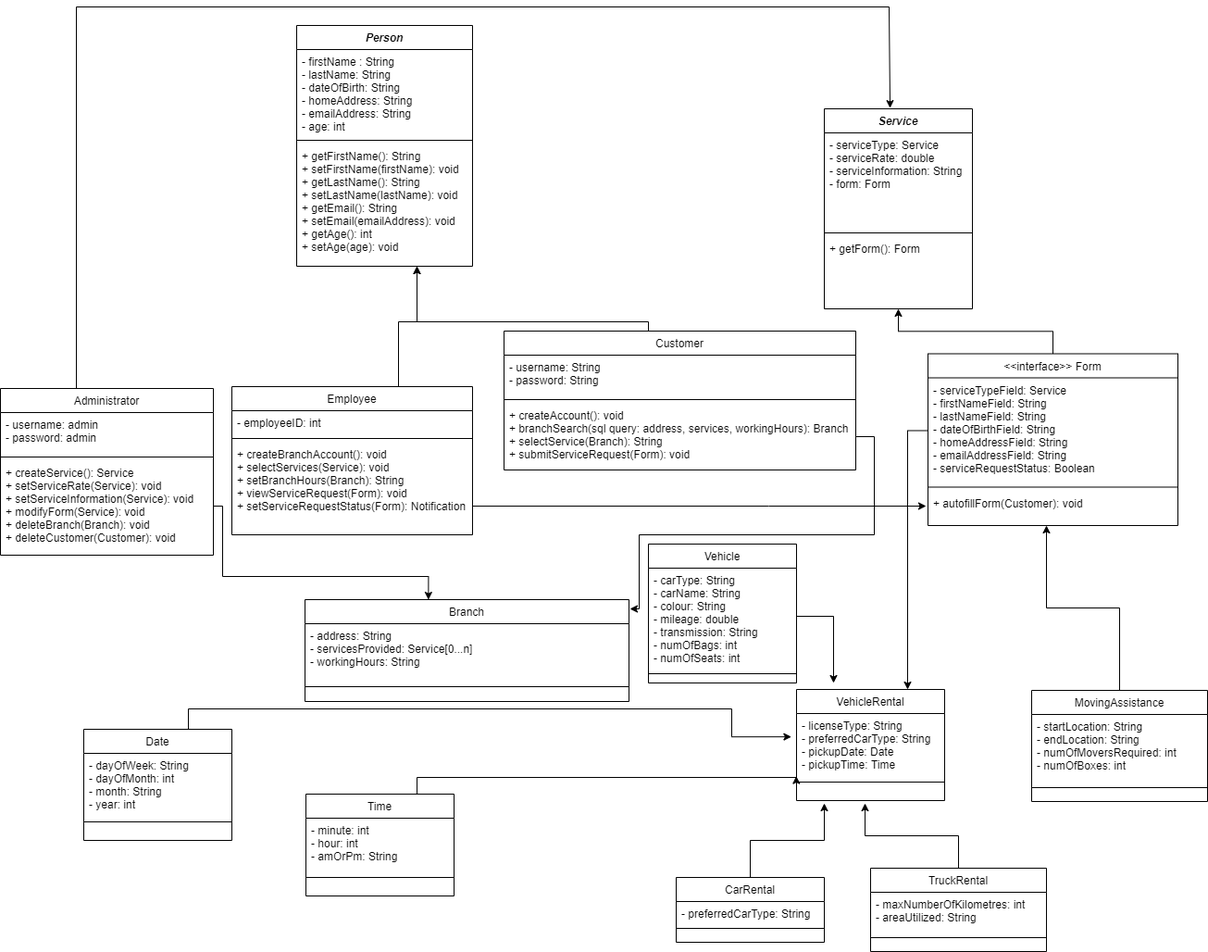
This is UML Diagram.png from SEG2105-uottawa/GR_19, a draw.io export, as it was before one commit. Source tidied: cells renumbered, new cells last; positions are measured from the earlier drawing's top-left corner, leaving out a move shared by most shapes.
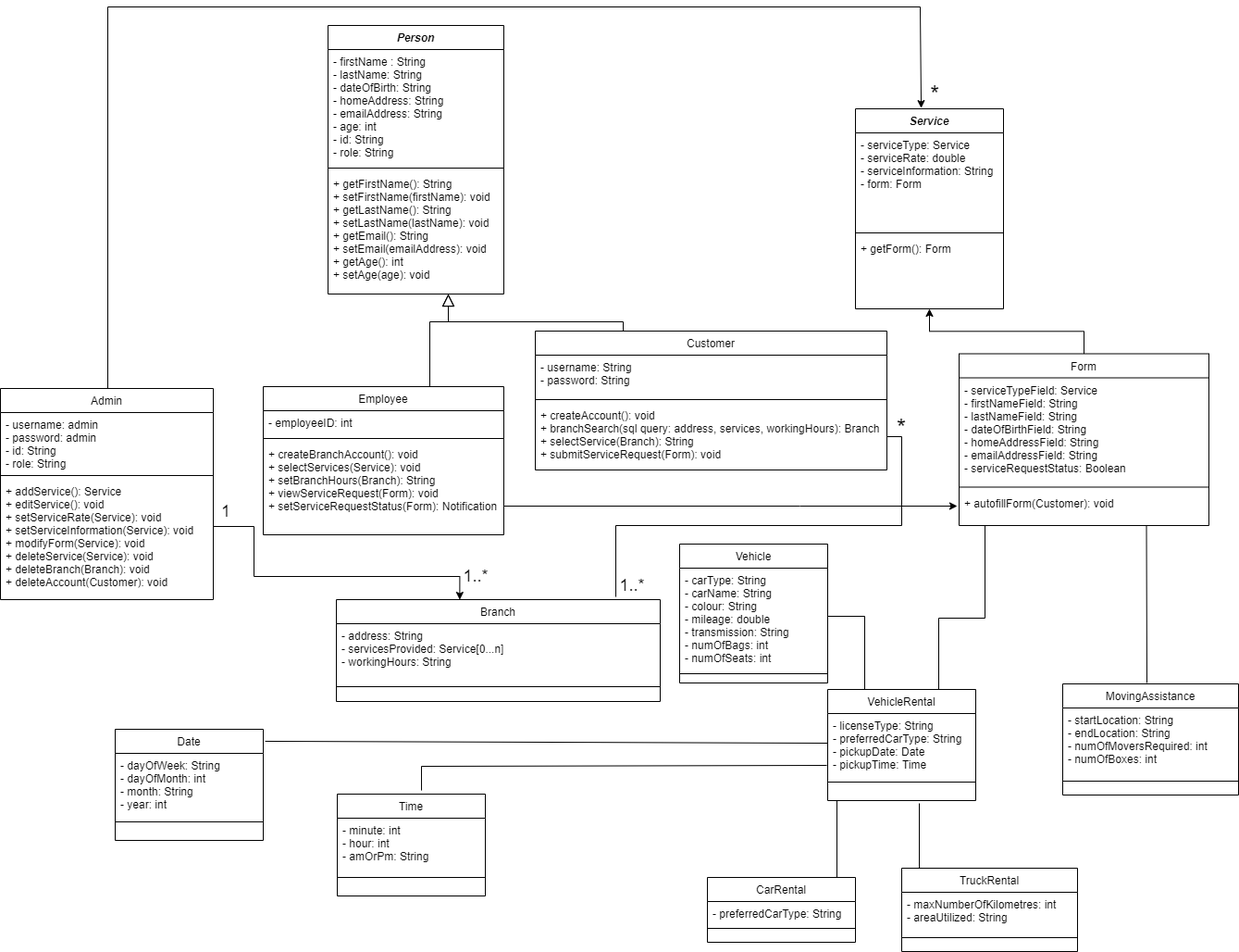
Above is the later version.

Commit message:
Updated UML Diagram

Change to the diagram source:
```diff
@@ -5,12 +5,12 @@
     <mxCell id="2" value="Person" style="swimlane;fontStyle=3;align=center;verticalAlign=top;horizontal=1;startSize=26;rounded=0;shadow=0;strokeWidth=1;" parent="1" vertex="1">
-      <mxGeometry x="320" y="20" width="190" height="260" as="geometry" />
+      <mxGeometry x="320" y="20" width="190" height="290" as="geometry" />
     </mxCell>
-    <mxCell id="3" value="- firstName : String&#10;- lastName: String&#10;- dateOfBirth: String&#10;- homeAddress: String&#10;- emailAddress: String&#10;- age: int" style="text;align=left;verticalAlign=top;spacingLeft=4;spacingRight=4;overflow=hidden;" parent="2" vertex="1">
-      <mxGeometry y="26" width="190" height="94" as="geometry" />
+    <mxCell id="3" value="- firstName : String&#10;- lastName: String&#10;- dateOfBirth: String&#10;- homeAddress: String&#10;- emailAddress: String&#10;- age: int&#10;- id: String&#10;- role: String" style="text;align=left;verticalAlign=top;spacingLeft=4;spacingRight=4;overflow=hidden;fontColor=default;" parent="2" vertex="1">
+      <mxGeometry y="26" width="190" height="124" as="geometry" />
     </mxCell>
     <mxCell id="4" style="line;html=1;strokeWidth=1;align=left;verticalAlign=middle;spacingTop=-1;spacingLeft=3;spacingRight=3;labelPosition=right;" parent="2" vertex="1">
-      <mxGeometry y="120" width="190" height="8" as="geometry" />
+      <mxGeometry y="150" width="190" height="8" as="geometry" />
     </mxCell>
-    <mxCell id="5" value="+ getFirstName(): String&#10;+ setFirstName(firstName): void&#10;+ getLastName(): String&#10;+ setLastName(lastName): void&#10;+ getEmail(): String&#10;+ setEmail(emailAddress): void&#10;+ getAge(): int&#10;+ setAge(age): void&#10;" style="text;align=left;verticalAlign=top;spacingLeft=4;spacingRight=4;overflow=hidden;points=[[0,0.5],[1,0.5]];portConstraint=eastwest;" parent="2" vertex="1">
-      <mxGeometry y="128" width="190" height="132" as="geometry" />
+    <mxCell id="5" value="+ getFirstName(): String&#10;+ setFirstName(firstName): void&#10;+ getLastName(): String&#10;+ setLastName(lastName): void&#10;+ getEmail(): String&#10;+ setEmail(emailAddress): void&#10;+ getAge(): int&#10;+ setAge(age): void&#10;" style="text;align=left;verticalAlign=top;spacingLeft=4;spacingRight=4;overflow=hidden;points=[[0,0.5],[1,0.5]];portConstraint=eastwest;fontColor=default;" parent="2" vertex="1">
+      <mxGeometry y="158" width="190" height="132" as="geometry" />
     </mxCell>
@@ -25,13 +25,13 @@
     </mxCell>
-    <mxCell id="7" value="Administrator" style="swimlane;fontStyle=0;align=center;verticalAlign=top;horizontal=1;startSize=26;rounded=0;shadow=0;strokeWidth=1;" parent="1" vertex="1">
-      <mxGeometry y="412" width="230" height="180" as="geometry" />
+    <mxCell id="7" value="Admin" style="swimlane;fontStyle=0;align=center;verticalAlign=top;horizontal=1;startSize=26;rounded=0;shadow=0;strokeWidth=1;fontColor=default;fillColor=default;strokeColor=default;" parent="1" vertex="1">
+      <mxGeometry x="-34" y="412" width="230" height="228" as="geometry" />
     </mxCell>
-    <mxCell id="8" value="- username: admin&#10;- password: admin" style="text;align=left;verticalAlign=top;spacingLeft=4;spacingRight=4;overflow=hidden;" parent="7" vertex="1">
-      <mxGeometry y="26" width="230" height="44" as="geometry" />
+    <mxCell id="8" value="- username: admin&#10;- password: admin&#10;- id: String&#10;- role: String" style="text;align=left;verticalAlign=top;spacingLeft=4;spacingRight=4;overflow=hidden;fontColor=default;" parent="7" vertex="1">
+      <mxGeometry y="26" width="230" height="64" as="geometry" />
     </mxCell>
-    <mxCell id="9" style="line;html=1;strokeWidth=1;align=left;verticalAlign=middle;spacingTop=-1;spacingLeft=3;spacingRight=3;labelPosition=right;" parent="7" vertex="1">
-      <mxGeometry y="70" width="230" height="8" as="geometry" />
+    <mxCell id="9" style="line;html=1;strokeWidth=1;align=left;verticalAlign=middle;spacingTop=-1;spacingLeft=3;spacingRight=3;labelPosition=right;fillColor=default;strokeColor=default;fontColor=default;" parent="7" vertex="1">
+      <mxGeometry y="90" width="230" height="8" as="geometry" />
     </mxCell>
-    <mxCell id="10" value="+ createService(): Service&#10;+ setServiceRate(Service): void&#10;+ setServiceInformation(Service): void&#10;+ modifyForm(Service): void&#10;+ deleteBranch(Branch): void&#10;+ deleteCustomer(Customer): void" style="text;align=left;verticalAlign=top;spacingLeft=4;spacingRight=4;overflow=hidden;points=[[0,0.5],[1,0.5]];portConstraint=eastwest;fontStyle=0;" parent="7" vertex="1">
-      <mxGeometry y="78" width="230" height="102" as="geometry" />
+    <mxCell id="10" value="+ addService(): Service&#10;+ editService(): void&#10;+ setServiceRate(Service): void&#10;+ setServiceInformation(Service): void&#10;+ modifyForm(Service): void&#10;+ deleteService(Service): void&#10;+ deleteBranch(Branch): void&#10;+ deleteAccount(Customer): void" style="text;align=left;verticalAlign=top;spacingLeft=4;spacingRight=4;overflow=hidden;points=[[0,0.5],[1,0.5]];portConstraint=eastwest;fontStyle=0;fontColor=default;" parent="7" vertex="1">
+      <mxGeometry y="98" width="230" height="112" as="geometry" />
     </mxCell>
@@ -49,6 +49,7 @@
     </mxCell>
-    <mxCell id="15" style="edgeStyle=orthogonalEdgeStyle;rounded=0;jettySize=auto;html=1;exitX=0.75;exitY=0;exitDx=0;exitDy=0;strokeColor=#000000;" parent="1" edge="1" source="16">
+    <mxCell id="15" style="edgeStyle=orthogonalEdgeStyle;rounded=0;jettySize=auto;html=1;exitX=0.75;exitY=0;exitDx=0;exitDy=0;strokeColor=#000000;labelBackgroundColor=default;fontColor=default;endArrow=block;endFill=0;strokeWidth=1;endSize=11;" parent="1" edge="1" source="16">
       <mxGeometry relative="1" as="geometry">
-        <mxPoint x="450" y="280" as="targetPoint" />
+        <mxPoint x="450" y="310" as="targetPoint" />
         <Array as="points">
+          <mxPoint x="430" y="410" />
           <mxPoint x="430" y="340" />
@@ -70,10 +71,11 @@
     </mxCell>
-    <mxCell id="20" style="edgeStyle=orthogonalEdgeStyle;rounded=0;jettySize=auto;html=1;exitX=0.5;exitY=0;exitDx=0;exitDy=0;entryX=0.684;entryY=1;entryDx=0;entryDy=0;entryPerimeter=0;" parent="1" edge="1" source="21" target="5">
-      <mxGeometry relative="1" as="geometry">
-        <Array as="points">
-          <mxPoint x="700" y="340" />
-          <mxPoint x="450" y="340" />
-        </Array>
-      </mxGeometry>
-    </mxCell>
+    <mxCell id="64" style="edgeStyle=orthogonalEdgeStyle;rounded=0;jettySize=auto;html=1;exitX=0.25;exitY=0;exitDx=0;exitDy=0;labelBackgroundColor=default;fontColor=default;endArrow=block;endFill=0;endSize=11;strokeColor=default;strokeWidth=1;" parent="1" edge="1" source="21">
+      <mxGeometry relative="1" as="geometry">
+        <mxPoint x="450" y="310" as="targetPoint" />
+        <Array as="points">
+          <mxPoint x="639" y="340" />
+          <mxPoint x="450" y="340" />
+        </Array>
+      </mxGeometry>
+    </mxCell>
     <mxCell id="21" value="Customer" style="swimlane;fontStyle=0;align=center;verticalAlign=top;horizontal=1;startSize=26;rounded=0;shadow=0;strokeWidth=1;" parent="1" vertex="1">
@@ -93,3 +95,3 @@
     </mxCell>
-    <mxCell id="26" value="&lt;&lt;interface&gt;&gt; Form" style="swimlane;fontStyle=0;align=center;verticalAlign=top;horizontal=1;startSize=26;rounded=0;shadow=0;strokeWidth=1;" parent="1" vertex="1">
+    <mxCell id="26" value="Form" style="swimlane;fontStyle=0;align=center;verticalAlign=top;horizontal=1;startSize=26;rounded=0;shadow=0;strokeWidth=1;fontColor=default;" parent="1" vertex="1">
       <mxGeometry x="1002" y="374.5" width="270" height="185.5" as="geometry" />
@@ -105,7 +107,2 @@
     </mxCell>
-    <mxCell id="30" style="edgeStyle=orthogonalEdgeStyle;rounded=0;jettySize=auto;html=1;exitX=0.5;exitY=0;exitDx=0;exitDy=0;strokeColor=#000000;" parent="1" edge="1" source="31">
-      <mxGeometry relative="1" as="geometry">
-        <mxPoint x="890" y="860" as="targetPoint" />
-      </mxGeometry>
-    </mxCell>
     <mxCell id="31" value="CarRental" style="swimlane;fontStyle=0;align=center;verticalAlign=top;horizontal=1;startSize=26;rounded=0;shadow=0;strokeWidth=1;" parent="1" vertex="1">
@@ -119,7 +116,2 @@
     </mxCell>
-    <mxCell id="34" style="edgeStyle=orthogonalEdgeStyle;rounded=0;jettySize=auto;html=1;exitX=0.5;exitY=0;exitDx=0;exitDy=0;strokeColor=#000000;" parent="1" edge="1" source="35">
-      <mxGeometry relative="1" as="geometry">
-        <mxPoint x="934" y="860" as="targetPoint" />
-      </mxGeometry>
-    </mxCell>
     <mxCell id="35" value="TruckRental" style="swimlane;fontStyle=0;align=center;verticalAlign=top;horizontal=1;startSize=26;rounded=0;shadow=0;strokeWidth=1;" parent="1" vertex="1">
@@ -142,9 +134,4 @@
     </mxCell>
-    <mxCell id="41" style="edgeStyle=orthogonalEdgeStyle;rounded=0;jettySize=auto;html=1;exitX=0.5;exitY=0;exitDx=0;exitDy=0;strokeColor=#000000;" parent="1" edge="1" source="42">
-      <mxGeometry relative="1" as="geometry">
-        <mxPoint x="1130" y="560" as="targetPoint" />
-      </mxGeometry>
-    </mxCell>
-    <mxCell id="42" value="MovingAssistance" style="swimlane;fontStyle=0;align=center;verticalAlign=top;horizontal=1;startSize=26;rounded=0;shadow=0;strokeWidth=1;" parent="1" vertex="1">
-      <mxGeometry x="1114" y="738" width="190" height="120" as="geometry" />
+    <mxCell id="42" value="MovingAssistance" style="swimlane;fontStyle=0;align=center;verticalAlign=top;horizontal=1;startSize=26;rounded=0;shadow=0;strokeWidth=1;fillColor=default;strokeColor=default;fontColor=default;" parent="1" vertex="1">
+      <mxGeometry x="1114" y="731" width="190" height="120" as="geometry" />
     </mxCell>
@@ -175,7 +162,6 @@
     </mxCell>
-    <mxCell id="49" style="edgeStyle=orthogonalEdgeStyle;rounded=0;jettySize=auto;html=1;exitX=1;exitY=0.5;exitDx=0;exitDy=0;strokeColor=#000000;entryX=0.381;entryY=0.001;entryDx=0;entryDy=0;entryPerimeter=0;" parent="1" edge="1" source="10" target="45">
+    <mxCell id="49" style="edgeStyle=orthogonalEdgeStyle;rounded=0;jettySize=auto;html=1;exitX=1;exitY=0.5;exitDx=0;exitDy=0;strokeColor=#000000;entryX=0.381;entryY=0.001;entryDx=0;entryDy=0;entryPerimeter=0;labelBackgroundColor=default;fontColor=default;" parent="1" edge="1" source="10" target="45">
       <mxGeometry relative="1" as="geometry">
         <Array as="points">
-          <mxPoint x="230" y="539" />
-          <mxPoint x="240" y="539" />
+          <mxPoint x="240" y="561" />
           <mxPoint x="240" y="615" />
@@ -185,24 +171,2 @@
     </mxCell>
-    <mxCell id="50" style="edgeStyle=orthogonalEdgeStyle;rounded=0;orthogonalLoop=1;jettySize=auto;html=1;exitX=1;exitY=0.5;exitDx=0;exitDy=0;strokeColor=#000000;" parent="1" edge="1">
-      <mxGeometry relative="1" as="geometry">
-        <mxPoint x="924" y="464" as="sourcePoint" />
-        <mxPoint x="680" y="650" as="targetPoint" />
-        <Array as="points">
-          <mxPoint x="944" y="464" />
-          <mxPoint x="944" y="570" />
-          <mxPoint x="690" y="570" />
-          <mxPoint x="690" y="650" />
-        </Array>
-      </mxGeometry>
-    </mxCell>
-    <mxCell id="51" style="edgeStyle=orthogonalEdgeStyle;rounded=0;jettySize=auto;html=1;exitX=0.75;exitY=0;exitDx=0;exitDy=0;strokeColor=#000000;entryX=-0.035;entryY=0.393;entryDx=0;entryDy=0;entryPerimeter=0;" parent="1" edge="1" target="39">
-      <mxGeometry relative="1" as="geometry">
-        <mxPoint x="203" y="780" as="sourcePoint" />
-        <Array as="points">
-          <mxPoint x="203" y="758" />
-          <mxPoint x="790" y="758" />
-          <mxPoint x="790" y="789" />
-        </Array>
-      </mxGeometry>
-    </mxCell>
     <mxCell id="52" value="Date" style="swimlane;fontStyle=0;align=center;verticalAlign=top;horizontal=1;startSize=26;rounded=0;shadow=0;strokeWidth=1;" parent="1" vertex="1">
@@ -216,9 +180,2 @@
     </mxCell>
-    <mxCell id="55" style="edgeStyle=orthogonalEdgeStyle;rounded=0;jettySize=auto;html=1;exitX=0.75;exitY=0;exitDx=0;exitDy=0;strokeColor=#000000;entryX=-0.002;entryY=1.056;entryDx=0;entryDy=0;entryPerimeter=0;" parent="1" edge="1" source="56" target="39">
-      <mxGeometry relative="1" as="geometry">
-        <Array as="points">
-          <mxPoint x="450" y="832" />
-        </Array>
-      </mxGeometry>
-    </mxCell>
     <mxCell id="56" value="Time" style="swimlane;fontStyle=0;align=center;verticalAlign=top;horizontal=1;startSize=26;rounded=0;shadow=0;strokeWidth=1;" parent="1" vertex="1">
@@ -241,10 +198,68 @@
     </mxCell>
-    <mxCell id="62" style="edgeStyle=orthogonalEdgeStyle;rounded=0;jettySize=auto;html=1;exitX=1;exitY=0.5;exitDx=0;exitDy=0;" parent="1" edge="1" source="60">
-      <mxGeometry relative="1" as="geometry">
-        <mxPoint x="900" y="730" as="targetPoint" />
-      </mxGeometry>
-    </mxCell>
-    <mxCell id="63" style="edgeStyle=orthogonalEdgeStyle;rounded=0;jettySize=auto;html=1;exitX=0;exitY=0.5;exitDx=0;exitDy=0;entryX=0.75;entryY=0;entryDx=0;entryDy=0;" parent="1" edge="1" source="27" target="38">
-      <mxGeometry relative="1" as="geometry" />
-    </mxCell>
+    <mxCell id="65" value="1..*" style="text;html=1;strokeColor=none;fillColor=none;align=center;verticalAlign=middle;whiteSpace=wrap;rounded=0;fontColor=default;fontSize=18;" parent="1" vertex="1">
+      <mxGeometry x="450" y="600" width="60" height="30" as="geometry" />
+    </mxCell>
+    <mxCell id="66" value="1" style="text;html=1;strokeColor=none;fillColor=none;align=center;verticalAlign=middle;whiteSpace=wrap;rounded=0;fontColor=default;fontSize=18;" parent="1" vertex="1">
+      <mxGeometry x="200" y="535" width="20" height="20" as="geometry" />
+    </mxCell>
+    <mxCell id="67" value="*" style="text;html=1;strokeColor=none;fillColor=none;align=center;verticalAlign=middle;whiteSpace=wrap;rounded=0;fontColor=default;fontSize=25;" parent="1" vertex="1">
+      <mxGeometry x="961" y="80" width="30" height="25" as="geometry" />
+    </mxCell>
+    <mxCell id="55" style="endArrow=none;html=1;rounded=0;labelBackgroundColor=default;fontColor=default;endSize=11;strokeColor=default;strokeWidth=1;entryX=-0.006;entryY=0.875;entryDx=0;entryDy=0;entryPerimeter=0;exitX=0.569;exitY=-0.036;exitDx=0;exitDy=0;exitPerimeter=0;" parent="1" edge="1" source="56" target="39">
+      <mxGeometry relative="1" as="geometry">
+        <Array as="points">
+          <mxPoint x="421" y="820" />
+        </Array>
+      </mxGeometry>
+    </mxCell>
+    <mxCell id="68" style="endArrow=none;html=1;rounded=0;labelBackgroundColor=default;fontColor=default;endSize=11;strokeColor=default;strokeWidth=1;entryX=0.863;entryY=-0.027;entryDx=0;entryDy=0;entryPerimeter=0;exitX=1;exitY=0.5;exitDx=0;exitDy=0;" parent="1" edge="1" source="24" target="45">
+      <mxGeometry relative="1" as="geometry">
+        <Array as="points">
+          <mxPoint x="940" y="464" />
+          <mxPoint x="940" y="560" />
+          <mxPoint x="631" y="560" />
+        </Array>
+      </mxGeometry>
+    </mxCell>
+    <mxCell id="69" value="&lt;font style=&quot;font-size: 26px;&quot;&gt;*&lt;/font&gt;" style="text;html=1;strokeColor=none;fillColor=none;align=center;verticalAlign=middle;whiteSpace=wrap;rounded=0;fontColor=default;fontSize=26;" parent="1" vertex="1">
+      <mxGeometry x="910" y="440" width="60" height="30" as="geometry" />
+    </mxCell>
+    <mxCell id="70" value="1..*" style="text;html=1;strokeColor=none;fillColor=none;align=center;verticalAlign=middle;whiteSpace=wrap;rounded=0;fontColor=default;fontSize=18;" parent="1" vertex="1">
+      <mxGeometry x="619" y="610" width="60" height="30" as="geometry" />
+    </mxCell>
+    <mxCell id="71" style="endArrow=none;html=1;rounded=0;labelBackgroundColor=default;fontSize=18;fontColor=default;endSize=11;strokeColor=default;strokeWidth=1;exitX=1.013;exitY=0.108;exitDx=0;exitDy=0;exitPerimeter=0;entryX=0;entryY=0.5;entryDx=0;entryDy=0;" parent="1" edge="1" source="52" target="39">
+      <mxGeometry relative="1" as="geometry" />
+    </mxCell>
+    <mxCell id="72" style="endArrow=none;html=1;rounded=0;labelBackgroundColor=default;fontSize=18;fontColor=default;endSize=11;strokeColor=default;strokeWidth=1;entryX=0.25;entryY=0;entryDx=0;entryDy=0;exitX=1;exitY=0.5;exitDx=0;exitDy=0;" parent="1" edge="1" source="60" target="38">
+      <mxGeometry relative="1" as="geometry">
+        <Array as="points">
+          <mxPoint x="900" y="658" />
+        </Array>
+      </mxGeometry>
+    </mxCell>
+    <mxCell id="73" style="endArrow=none;html=1;rounded=0;labelBackgroundColor=default;fontSize=18;fontColor=default;endSize=11;strokeColor=default;strokeWidth=1;exitX=0.75;exitY=0;exitDx=0;exitDy=0;" parent="1" edge="1" source="38">
+      <mxGeometry relative="1" as="geometry">
+        <mxPoint x="1030" y="560" as="targetPoint" />
+        <Array as="points">
+          <mxPoint x="980" y="660" />
+          <mxPoint x="1030" y="660" />
+        </Array>
+      </mxGeometry>
+    </mxCell>
+    <mxCell id="74" style="endArrow=none;html=1;rounded=0;labelBackgroundColor=default;fontSize=18;fontColor=default;endSize=11;strokeColor=default;strokeWidth=1;entryX=0.75;entryY=1;entryDx=0;entryDy=0;" parent="1" edge="1" target="26">
+      <mxGeometry relative="1" as="geometry">
+        <mxPoint x="1205" y="730" as="sourcePoint" />
+      </mxGeometry>
+    </mxCell>
+    <mxCell id="75" style="endArrow=none;html=1;rounded=0;labelBackgroundColor=default;fontSize=18;fontColor=default;endSize=11;strokeColor=default;strokeWidth=1;" parent="1" edge="1">
+      <mxGeometry relative="1" as="geometry">
+        <mxPoint x="870" y="940" as="sourcePoint" />
+        <mxPoint x="870" y="857" as="targetPoint" />
+      </mxGeometry>
+    </mxCell>
+    <mxCell id="76" style="endArrow=none;html=1;rounded=0;labelBackgroundColor=default;fontSize=18;fontColor=default;endSize=11;strokeColor=default;strokeWidth=1;entryX=0.1;entryY=0;entryDx=0;entryDy=0;entryPerimeter=0;" parent="1" edge="1" target="35">
+      <mxGeometry relative="1" as="geometry">
+        <mxPoint x="959" y="860" as="sourcePoint" />
+      </mxGeometry>
+    </mxCell>
   </root>
```
